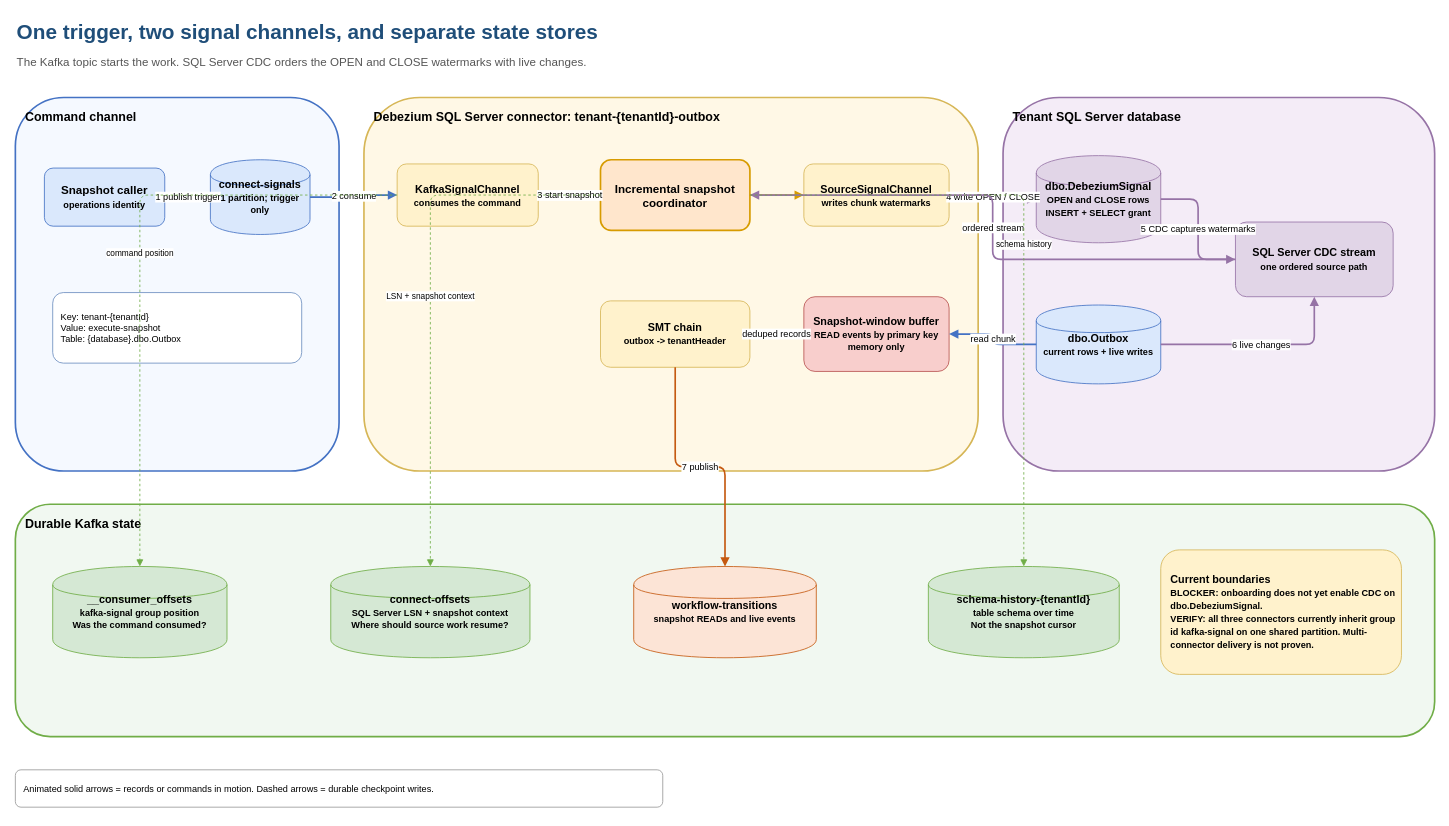
Above: docs/diagrams/incremental-snapshot-channels.drawio in collaborationwithothers/cdc-platform-azure (draw.io), before the change. Source tidied: cells renumbered, new cells numbered last; positions are measured from the earlier drawing's top-left corner, leaving out a move shared by most shapes. Both pictures are drawn from the tidied source at 83%, with x=0, y=0 at pixel (15, 14).
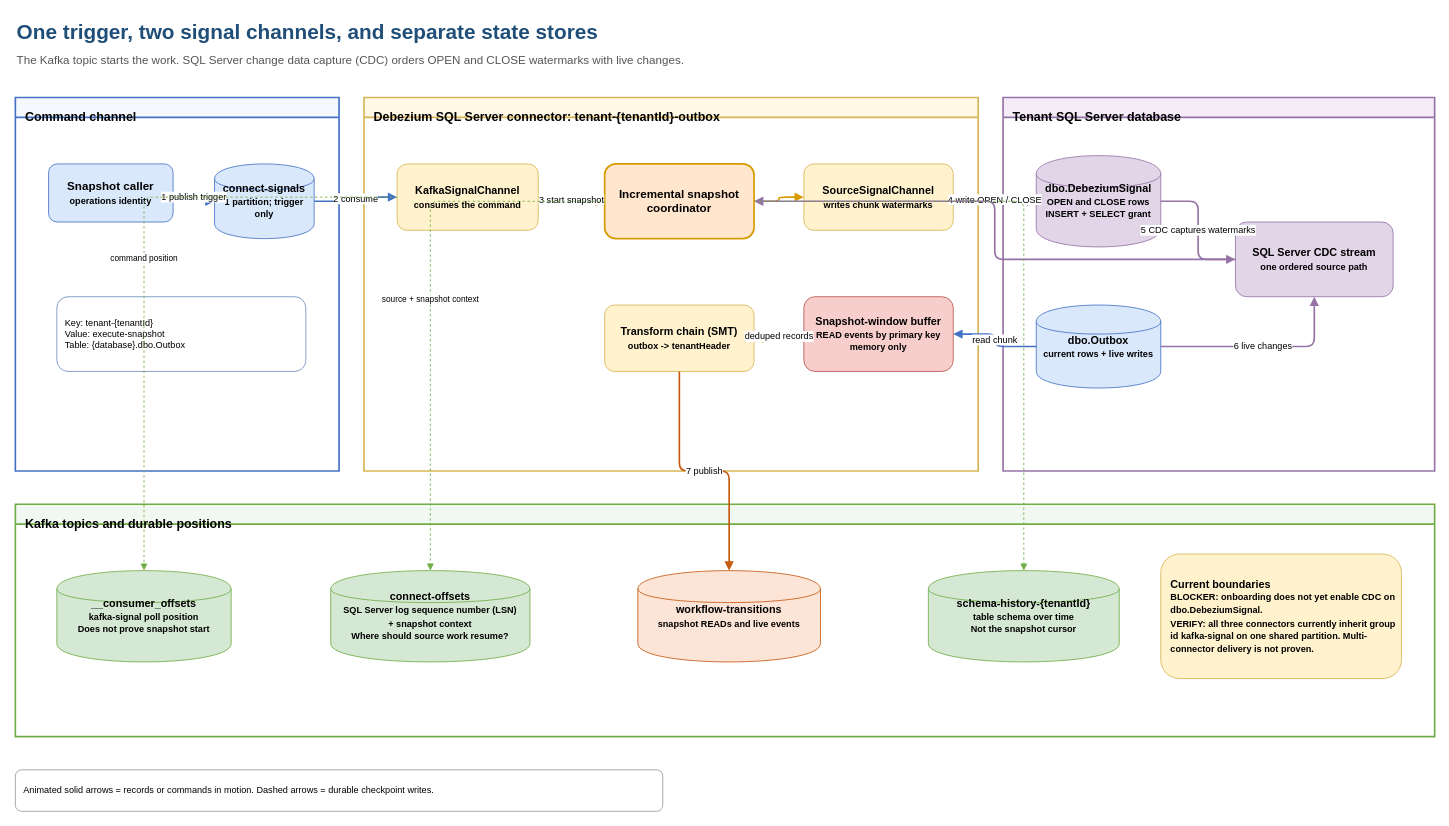
Above is the later version.

Commit message (it also covers changes not shown here):
docs(diagrams): fix snapshot diagram semantics (#68)

Diff of the diagram source:
```diff
@@
-    <mxCell id="3" value="The Kafka topic starts the work. SQL Server CDC orders the OPEN and CLOSE watermarks with live changes." style="text;html=1;align=left;verticalAlign=middle;fontSize=14;fontColor=#555555;" parent="1" vertex="1">
-      <mxGeometry y="42" width="1300" height="30" as="geometry" />
+    <mxCell id="3" value="The Kafka topic starts the work. SQL Server change data capture (CDC) orders OPEN and CLOSE watermarks with live changes." style="text;html=1;align=left;verticalAlign=middle;fontSize=14;fontColor=#555555;" parent="1" vertex="1">
+      <mxGeometry y="40" width="1300" height="30" as="geometry" />
     </mxCell>
-    <mxCell id="4" value="Command channel" style="rounded=1;whiteSpace=wrap;html=1;fillColor=#f5f9ff;strokeColor=#4472c4;strokeWidth=2;verticalAlign=top;align=left;spacingLeft=10;spacingTop=8;fontSize=15;fontStyle=1;" parent="1" vertex="1">
+    <mxCell id="4" value="Command channel" style="swimlane;startSize=24;whiteSpace=wrap;html=1;fillColor=#f5f9ff;strokeColor=#4472c4;strokeWidth=2;verticalAlign=top;align=left;spacingLeft=10;spacingTop=8;fontSize=15;fontStyle=1;" parent="1" vertex="1">
       <mxGeometry y="100" width="390" height="450" as="geometry" />
     </mxCell>
-    <mxCell id="5" value="Debezium SQL Server connector: tenant-{tenantId}-outbox" style="rounded=1;whiteSpace=wrap;html=1;fillColor=#fff8e6;strokeColor=#d6b656;strokeWidth=2;verticalAlign=top;align=left;spacingLeft=10;spacingTop=8;fontSize=15;fontStyle=1;" parent="1" vertex="1">
+    <mxCell id="5" value="Debezium SQL Server connector: tenant-{tenantId}-outbox" style="swimlane;startSize=24;whiteSpace=wrap;html=1;fillColor=#fff8e6;strokeColor=#d6b656;strokeWidth=2;verticalAlign=top;align=left;spacingLeft=10;spacingTop=8;fontSize=15;fontStyle=1;" parent="1" vertex="1">
       <mxGeometry x="420" y="100" width="740" height="450" as="geometry" />
     </mxCell>
-    <mxCell id="6" value="Tenant SQL Server database" style="rounded=1;whiteSpace=wrap;html=1;fillColor=#f4ecf7;strokeColor=#9673a6;strokeWidth=2;verticalAlign=top;align=left;spacingLeft=10;spacingTop=8;fontSize=15;fontStyle=1;" parent="1" vertex="1">
+    <mxCell id="6" value="Tenant SQL Server database" style="swimlane;startSize=24;whiteSpace=wrap;html=1;fillColor=#f4ecf7;strokeColor=#9673a6;strokeWidth=2;verticalAlign=top;align=left;spacingLeft=10;spacingTop=8;fontSize=15;fontStyle=1;" parent="1" vertex="1">
       <mxGeometry x="1190" y="100" width="520" height="450" as="geometry" />
     </mxCell>
-    <mxCell id="7" value="Snapshot caller&lt;br&gt;&lt;font style=&quot;font-size:11px&quot;&gt;operations identity&lt;/font&gt;" style="rounded=1;whiteSpace=wrap;html=1;fillColor=#dae8fc;strokeColor=#4472c4;fontSize=14;fontStyle=1;" parent="1" vertex="1">
-      <mxGeometry x="35" y="185" width="145" height="70" as="geometry" />
+    <mxCell id="7" value="Snapshot caller&lt;br&gt;&lt;font style=&quot;font-size:11px&quot;&gt;operations identity&lt;/font&gt;" style="rounded=1;whiteSpace=wrap;html=1;fillColor=#dae8fc;strokeColor=#4472c4;fontSize=14;fontStyle=1;" parent="4" vertex="1">
+      <mxGeometry x="40" y="80" width="150" height="70" as="geometry" />
     </mxCell>
-    <mxCell id="8" value="connect-signals&lt;br&gt;&lt;font style=&quot;font-size:11px&quot;&gt;1 partition; trigger only&lt;/font&gt;" style="shape=cylinder;whiteSpace=wrap;html=1;fillColor=#dae8fc;strokeColor=#4472c4;fontSize=13;fontStyle=1;" parent="1" vertex="1">
-      <mxGeometry x="235" y="175" width="120" height="90" as="geometry" />
+    <mxCell id="8" value="connect-signals&lt;br&gt;&lt;font style=&quot;font-size:11px&quot;&gt;1 partition; trigger only&lt;/font&gt;" style="shape=cylinder;whiteSpace=wrap;html=1;fillColor=#dae8fc;strokeColor=#4472c4;fontSize=13;fontStyle=1;" parent="4" vertex="1">
+      <mxGeometry x="240" y="80" width="120" height="90" as="geometry" />
     </mxCell>
-    <mxCell id="9" value="Key: tenant-{tenantId}&lt;br&gt;Value: execute-snapshot&lt;br&gt;Table: {database}.dbo.Outbox" style="rounded=1;whiteSpace=wrap;html=1;fillColor=#ffffff;strokeColor=#6c8ebf;fontSize=11;align=left;spacingLeft=8;" parent="1" vertex="1">
-      <mxGeometry x="45" y="335" width="300" height="85" as="geometry" />
+    <mxCell id="9" value="Key: tenant-{tenantId}&lt;br&gt;Value: execute-snapshot&lt;br&gt;Table: {database}.dbo.Outbox" style="rounded=1;whiteSpace=wrap;html=1;fillColor=#ffffff;strokeColor=#6c8ebf;fontSize=11;align=left;spacingLeft=8;" parent="4" vertex="1">
+      <mxGeometry x="50" y="240" width="300" height="90" as="geometry" />
     </mxCell>
-    <mxCell id="10" value="KafkaSignalChannel&lt;br&gt;&lt;font style=&quot;font-size:11px&quot;&gt;consumes the command&lt;/font&gt;" style="rounded=1;whiteSpace=wrap;html=1;fillColor=#fff2cc;strokeColor=#d6b656;fontSize=13;fontStyle=1;" parent="1" vertex="1">
-      <mxGeometry x="460" y="180" width="170" height="75" as="geometry" />
+    <mxCell id="10" value="KafkaSignalChannel&lt;br&gt;&lt;font style=&quot;font-size:11px&quot;&gt;consumes the command&lt;/font&gt;" style="rounded=1;whiteSpace=wrap;html=1;fillColor=#fff2cc;strokeColor=#d6b656;fontSize=13;fontStyle=1;" parent="5" vertex="1">
+      <mxGeometry x="40" y="80" width="170" height="80" as="geometry" />
     </mxCell>
-    <mxCell id="11" value="Incremental snapshot&lt;br&gt;coordinator" style="rounded=1;whiteSpace=wrap;html=1;fillColor=#ffe6cc;strokeColor=#d79b00;strokeWidth=2;fontSize=14;fontStyle=1;" parent="1" vertex="1">
-      <mxGeometry x="705" y="175" width="180" height="85" as="geometry" />
+    <mxCell id="11" value="Incremental snapshot&lt;br&gt;coordinator" style="rounded=1;whiteSpace=wrap;html=1;fillColor=#ffe6cc;strokeColor=#d79b00;strokeWidth=2;fontSize=14;fontStyle=1;" parent="5" vertex="1">
+      <mxGeometry x="290" y="80" width="180" height="90" as="geometry" />
     </mxCell>
-    <mxCell id="12" value="SourceSignalChannel&lt;br&gt;&lt;font style=&quot;font-size:11px&quot;&gt;writes chunk watermarks&lt;/font&gt;" style="rounded=1;whiteSpace=wrap;html=1;fillColor=#fff2cc;strokeColor=#d6b656;fontSize=13;fontStyle=1;" parent="1" vertex="1">
-      <mxGeometry x="950" y="180" width="175" height="75" as="geometry" />
+    <mxCell id="12" value="SourceSignalChannel&lt;br&gt;&lt;font style=&quot;font-size:11px&quot;&gt;writes chunk watermarks&lt;/font&gt;" style="rounded=1;whiteSpace=wrap;html=1;fillColor=#fff2cc;strokeColor=#d6b656;fontSize=13;fontStyle=1;" parent="5" vertex="1">
+      <mxGeometry x="530" y="80" width="180" height="80" as="geometry" />
     </mxCell>
-    <mxCell id="13" value="Snapshot-window buffer&lt;br&gt;&lt;font style=&quot;font-size:11px&quot;&gt;READ events by primary key&lt;br&gt;memory only&lt;/font&gt;" style="rounded=1;whiteSpace=wrap;html=1;fillColor=#f8cecc;strokeColor=#b85450;fontSize=13;fontStyle=1;" parent="1" vertex="1">
-      <mxGeometry x="950" y="340" width="175" height="90" as="geometry" />
+    <mxCell id="13" value="Snapshot-window buffer&lt;br&gt;&lt;font style=&quot;font-size:11px&quot;&gt;READ events by primary key&lt;br&gt;memory only&lt;/font&gt;" style="rounded=1;whiteSpace=wrap;html=1;fillColor=#f8cecc;strokeColor=#b85450;fontSize=13;fontStyle=1;" parent="5" vertex="1">
+      <mxGeometry x="530" y="240" width="180" height="90" as="geometry" />
     </mxCell>
-    <mxCell id="14" value="SMT chain&lt;br&gt;&lt;font style=&quot;font-size:11px&quot;&gt;outbox -&gt; tenantHeader&lt;/font&gt;" style="rounded=1;whiteSpace=wrap;html=1;fillColor=#fff2cc;strokeColor=#d6b656;fontSize=13;fontStyle=1;" parent="1" vertex="1">
-      <mxGeometry x="705" y="345" width="180" height="80" as="geometry" />
+    <mxCell id="14" value="Transform chain (SMT)&lt;br&gt;&lt;font style=&quot;font-size:11px&quot;&gt;outbox -&gt; tenantHeader&lt;/font&gt;" style="rounded=1;whiteSpace=wrap;html=1;fillColor=#fff2cc;strokeColor=#d6b656;fontSize=13;fontStyle=1;" parent="5" vertex="1">
+      <mxGeometry x="290" y="250" width="180" height="80" as="geometry" />
     </mxCell>
-    <mxCell id="15" value="dbo.DebeziumSignal&lt;br&gt;&lt;font style=&quot;font-size:11px&quot;&gt;OPEN and CLOSE rows&lt;br&gt;INSERT + SELECT grant&lt;/font&gt;" style="shape=cylinder;whiteSpace=wrap;html=1;fillColor=#e1d5e7;strokeColor=#9673a6;fontSize=13;fontStyle=1;" parent="1" vertex="1">
-      <mxGeometry x="1230" y="170" width="150" height="105" as="geometry" />
+    <mxCell id="15" value="dbo.DebeziumSignal&lt;br&gt;&lt;font style=&quot;font-size:11px&quot;&gt;OPEN and CLOSE rows&lt;br&gt;INSERT + SELECT grant&lt;/font&gt;" style="shape=cylinder;whiteSpace=wrap;html=1;fillColor=#e1d5e7;strokeColor=#9673a6;fontSize=13;fontStyle=1;" parent="6" vertex="1">
+      <mxGeometry x="40" y="70" width="150" height="110" as="geometry" />
     </mxCell>
-    <mxCell id="16" value="dbo.Outbox&lt;br&gt;&lt;font style=&quot;font-size:11px&quot;&gt;current rows + live writes&lt;/font&gt;" style="shape=cylinder;whiteSpace=wrap;html=1;fillColor=#dae8fc;strokeColor=#4472c4;fontSize=13;fontStyle=1;" parent="1" vertex="1">
-      <mxGeometry x="1230" y="350" width="150" height="95" as="geometry" />
+    <mxCell id="16" value="dbo.Outbox&lt;br&gt;&lt;font style=&quot;font-size:11px&quot;&gt;current rows + live writes&lt;/font&gt;" style="shape=cylinder;whiteSpace=wrap;html=1;fillColor=#dae8fc;strokeColor=#4472c4;fontSize=13;fontStyle=1;" parent="6" vertex="1">
+      <mxGeometry x="40" y="250" width="150" height="100" as="geometry" />
     </mxCell>
-    <mxCell id="17" value="SQL Server CDC stream&lt;br&gt;&lt;font style=&quot;font-size:11px&quot;&gt;one ordered source path&lt;/font&gt;" style="rounded=1;whiteSpace=wrap;html=1;fillColor=#e1d5e7;strokeColor=#9673a6;fontSize=13;fontStyle=1;" parent="1" vertex="1">
-      <mxGeometry x="1470" y="250" width="190" height="90" as="geometry" />
+    <mxCell id="17" value="SQL Server CDC stream&lt;br&gt;&lt;font style=&quot;font-size:11px&quot;&gt;one ordered source path&lt;/font&gt;" style="rounded=1;whiteSpace=wrap;html=1;fillColor=#e1d5e7;strokeColor=#9673a6;fontSize=13;fontStyle=1;" parent="6" vertex="1">
+      <mxGeometry x="280" y="150" width="190" height="90" as="geometry" />
     </mxCell>
-    <mxCell id="18" value="Durable Kafka state" style="rounded=1;whiteSpace=wrap;html=1;fillColor=#f1f8f1;strokeColor=#70ad47;strokeWidth=2;verticalAlign=top;align=left;spacingLeft=10;spacingTop=8;fontSize=15;fontStyle=1;" parent="1" vertex="1">
+    <mxCell id="18" value="Kafka topics and durable positions" style="swimlane;startSize=24;whiteSpace=wrap;html=1;fillColor=#f1f8f1;strokeColor=#70ad47;strokeWidth=2;verticalAlign=top;align=left;spacingLeft=10;spacingTop=8;fontSize=15;fontStyle=1;" parent="1" vertex="1">
       <mxGeometry y="590" width="1710" height="280" as="geometry" />
     </mxCell>
-    <mxCell id="19" value="__consumer_offsets&lt;br&gt;&lt;font style=&quot;font-size:11px&quot;&gt;kafka-signal group position&lt;br&gt;Was the command consumed?&lt;/font&gt;" style="shape=cylinder;whiteSpace=wrap;html=1;fillColor=#d5e8d4;strokeColor=#70ad47;fontSize=13;fontStyle=1;" parent="1" vertex="1">
-      <mxGeometry x="45" y="665" width="210" height="110" as="geometry" />
+    <mxCell id="19" value="__consumer_offsets&lt;br&gt;&lt;font style=&quot;font-size:11px&quot;&gt;kafka-signal poll position&lt;br&gt;Does not prove snapshot start&lt;/font&gt;" style="shape=cylinder;whiteSpace=wrap;html=1;fillColor=#d5e8d4;strokeColor=#70ad47;fontSize=13;fontStyle=1;" parent="18" vertex="1">
+      <mxGeometry x="50" y="80" width="210" height="110" as="geometry" />
     </mxCell>
-    <mxCell id="20" value="connect-offsets&lt;br&gt;&lt;font style=&quot;font-size:11px&quot;&gt;SQL Server LSN + snapshot context&lt;br&gt;Where should source work resume?&lt;/font&gt;" style="shape=cylinder;whiteSpace=wrap;html=1;fillColor=#d5e8d4;strokeColor=#70ad47;fontSize=13;fontStyle=1;" parent="1" vertex="1">
-      <mxGeometry x="380" y="665" width="240" height="110" as="geometry" />
+    <mxCell id="20" value="connect-offsets&lt;br&gt;&lt;font style=&quot;font-size:11px&quot;&gt;SQL Server log sequence number (LSN)&lt;br&gt;+ snapshot context&lt;br&gt;Where should source work resume?&lt;/font&gt;" style="shape=cylinder;whiteSpace=wrap;html=1;fillColor=#d5e8d4;strokeColor=#70ad47;fontSize=13;fontStyle=1;" parent="18" vertex="1">
+      <mxGeometry x="380" y="80" width="240" height="110" as="geometry" />
     </mxCell>
-    <mxCell id="21" value="schema-history-{tenantId}&lt;br&gt;&lt;font style=&quot;font-size:11px&quot;&gt;table schema over time&lt;br&gt;Not the snapshot cursor&lt;/font&gt;" style="shape=cylinder;whiteSpace=wrap;html=1;fillColor=#d5e8d4;strokeColor=#70ad47;fontSize=13;fontStyle=1;" parent="1" vertex="1">
-      <mxGeometry x="1100" y="665" width="230" height="110" as="geometry" />
+    <mxCell id="21" value="schema-history-{tenantId}&lt;br&gt;&lt;font style=&quot;font-size:11px&quot;&gt;table schema over time&lt;br&gt;Not the snapshot cursor&lt;/font&gt;" style="shape=cylinder;whiteSpace=wrap;html=1;fillColor=#d5e8d4;strokeColor=#70ad47;fontSize=13;fontStyle=1;" parent="18" vertex="1">
+      <mxGeometry x="1100" y="80" width="230" height="110" as="geometry" />
     </mxCell>
-    <mxCell id="22" value="workflow-transitions&lt;br&gt;&lt;font style=&quot;font-size:11px&quot;&gt;snapshot READs and live events&lt;/font&gt;" style="shape=cylinder;whiteSpace=wrap;html=1;fillColor=#fce4d6;strokeColor=#c55a11;fontSize=13;fontStyle=1;" parent="1" vertex="1">
-      <mxGeometry x="745" y="665" width="220" height="110" as="geometry" />
+    <mxCell id="22" value="workflow-transitions&lt;br&gt;&lt;font style=&quot;font-size:11px&quot;&gt;snapshot READs and live events&lt;/font&gt;" style="shape=cylinder;whiteSpace=wrap;html=1;fillColor=#fce4d6;strokeColor=#c55a11;fontSize=13;fontStyle=1;" parent="18" vertex="1">
+      <mxGeometry x="750" y="80" width="220" height="110" as="geometry" />
     </mxCell>
-    <mxCell id="23" value="Current boundaries&lt;br&gt;&lt;font style=&quot;font-size:11px&quot;&gt;BLOCKER: onboarding does not yet enable CDC on dbo.DebeziumSignal.&lt;br&gt;VERIFY: all three connectors currently inherit group id kafka-signal on one shared partition. Multi-connector delivery is not proven.&lt;/font&gt;" style="rounded=1;whiteSpace=wrap;html=1;fillColor=#fff2cc;strokeColor=#d6b656;fontSize=13;fontStyle=1;align=left;spacingLeft=10;" parent="1" vertex="1">
-      <mxGeometry x="1380" y="645" width="290" height="150" as="geometry" />
+    <mxCell id="23" value="Current boundaries&lt;br&gt;&lt;font style=&quot;font-size:11px&quot;&gt;BLOCKER: onboarding does not yet enable CDC on dbo.DebeziumSignal.&lt;br&gt;VERIFY: all three connectors currently inherit group id kafka-signal on one shared partition. Multi-connector delivery is not proven.&lt;/font&gt;" style="rounded=1;whiteSpace=wrap;html=1;fillColor=#fff2cc;strokeColor=#d6b656;fontSize=13;fontStyle=1;align=left;spacingLeft=10;" parent="18" vertex="1">
+      <mxGeometry x="1380" y="60" width="290" height="150" as="geometry" />
     </mxCell>
-    <mxCell id="24" value="1  publish trigger" style="edgeStyle=orthogonalEdgeStyle;rounded=1;html=1;strokeColor=#4472c4;strokeWidth=2;endArrow=block;flowAnimation=1;fontSize=11;" parent="1" edge="1" source="7" target="8">
+    <mxCell id="24" value="1  publish trigger" style="edgeStyle=orthogonalEdgeStyle;rounded=1;jettySize=auto;html=1;strokeColor=#4472c4;strokeWidth=2;endArrow=block;flowAnimation=1;fontSize=11;" parent="1" edge="1" source="7" target="8">
       <mxGeometry relative="1" as="geometry" />
     </mxCell>
-    <mxCell id="25" value="2  consume" style="edgeStyle=orthogonalEdgeStyle;rounded=1;html=1;strokeColor=#4472c4;strokeWidth=2;endArrow=block;flowAnimation=1;fontSize=11;" parent="1" edge="1" source="8" target="10">
+    <mxCell id="25" value="2  consume" style="edgeStyle=orthogonalEdgeStyle;rounded=1;jettySize=auto;html=1;strokeColor=#4472c4;strokeWidth=2;endArrow=block;flowAnimation=1;fontSize=11;" parent="1" edge="1" source="8" target="10">
       <mxGeometry relative="1" as="geometry" />
     </mxCell>
-    <mxCell id="26" value="3  start snapshot" style="edgeStyle=orthogonalEdgeStyle;rounded=1;html=1;strokeColor=#d79b00;strokeWidth=2;endArrow=block;flowAnimation=1;fontSize=11;" parent="1" edge="1" source="10" target="11">
+    <mxCell id="26" value="3  start snapshot" style="edgeStyle=orthogonalEdgeStyle;rounded=1;jettySize=auto;html=1;strokeColor=#d79b00;strokeWidth=2;endArrow=block;flowAnimation=1;fontSize=11;" parent="1" edge="1" source="10" target="11">
       <mxGeometry relative="1" as="geometry" />
     </mxCell>
-    <mxCell id="27" value="4  write OPEN / CLOSE" style="edgeStyle=orthogonalEdgeStyle;rounded=1;html=1;strokeColor=#9673a6;strokeWidth=2;endArrow=block;flowAnimation=1;fontSize=11;" parent="1" edge="1" source="12" target="15">
+    <mxCell id="27" value="4  write OPEN / CLOSE" style="edgeStyle=orthogonalEdgeStyle;rounded=1;jettySize=auto;html=1;strokeColor=#9673a6;strokeWidth=2;endArrow=block;flowAnimation=1;fontSize=11;" parent="1" edge="1" source="12" target="15">
       <mxGeometry relative="1" as="geometry" />
     </mxCell>
-    <mxCell id="28" style="edgeStyle=orthogonalEdgeStyle;rounded=1;html=1;strokeColor=#d79b00;strokeWidth=2;endArrow=block;flowAnimation=1;" parent="1" edge="1" source="11" target="12">
+    <mxCell id="28" style="edgeStyle=orthogonalEdgeStyle;rounded=1;jettySize=auto;html=1;strokeColor=#d79b00;strokeWidth=2;endArrow=block;" parent="1" edge="1" source="11" target="12">
       <mxGeometry relative="1" as="geometry" />
     </mxCell>
-    <mxCell id="29" value="5  CDC captures watermarks" style="edgeStyle=orthogonalEdgeStyle;rounded=1;html=1;strokeColor=#9673a6;strokeWidth=2;endArrow=block;flowAnimation=1;fontSize=11;" parent="1" edge="1" source="15" target="17">
+    <mxCell id="29" value="5  CDC captures watermarks" style="edgeStyle=orthogonalEdgeStyle;rounded=1;jettySize=auto;html=1;strokeColor=#9673a6;strokeWidth=2;endArrow=block;flowAnimation=1;fontSize=11;" parent="1" edge="1" source="15" target="17">
       <mxGeometry relative="1" as="geometry" />
     </mxCell>
-    <mxCell id="30" value="6  live changes" style="edgeStyle=orthogonalEdgeStyle;rounded=1;html=1;strokeColor=#9673a6;strokeWidth=2;endArrow=block;flowAnimation=1;fontSize=11;" parent="1" edge="1" source="16" target="17">
+    <mxCell id="30" value="6  live changes" style="edgeStyle=orthogonalEdgeStyle;rounded=1;jettySize=auto;html=1;strokeColor=#9673a6;strokeWidth=2;endArrow=block;flowAnimation=1;fontSize=11;" parent="1" edge="1" source="16" target="17">
       <mxGeometry relative="1" as="geometry" />
     </mxCell>
-    <mxCell id="31" value="ordered stream" style="edgeStyle=orthogonalEdgeStyle;rounded=1;html=1;strokeColor=#9673a6;strokeWidth=2;endArrow=block;flowAnimation=1;fontSize=11;" parent="1" edge="1" source="17" target="11">
+    <mxCell id="31" style="edgeStyle=orthogonalEdgeStyle;rounded=1;jettySize=auto;html=1;strokeColor=#9673a6;strokeWidth=2;endArrow=block;flowAnimation=1;fontSize=11;" parent="1" edge="1" source="17" target="11">
       <mxGeometry relative="1" as="geometry" />
     </mxCell>
-    <mxCell id="32" value="read chunk" style="edgeStyle=orthogonalEdgeStyle;rounded=1;html=1;strokeColor=#4472c4;strokeWidth=2;endArrow=block;flowAnimation=1;fontSize=11;" parent="1" edge="1" source="16" target="13">
+    <mxCell id="32" value="read chunk" style="edgeStyle=orthogonalEdgeStyle;rounded=1;jettySize=auto;html=1;strokeColor=#4472c4;strokeWidth=2;endArrow=block;fontSize=11;" parent="1" edge="1" source="16" target="13">
       <mxGeometry relative="1" as="geometry" />
     </mxCell>
-    <mxCell id="33" value="deduped records" style="edgeStyle=orthogonalEdgeStyle;rounded=1;html=1;strokeColor=#d79b00;strokeWidth=2;endArrow=block;flowAnimation=1;fontSize=11;" parent="1" edge="1" source="13" target="14">
+    <mxCell id="33" value="deduped records" style="edgeStyle=orthogonalEdgeStyle;rounded=1;jettySize=auto;html=1;strokeColor=#d79b00;strokeWidth=2;endArrow=block;fontSize=11;" parent="1" edge="1" source="13" target="14">
       <mxGeometry relative="1" as="geometry" />
     </mxCell>
-    <mxCell id="34" value="7  publish" style="edgeStyle=orthogonalEdgeStyle;rounded=1;html=1;strokeColor=#c55a11;strokeWidth=2;endArrow=block;flowAnimation=1;fontSize=11;exitX=0.5;exitY=1;entryX=0.5;entryY=0;" parent="1" edge="1" source="14" target="22">
+    <mxCell id="34" value="7  publish" style="edgeStyle=orthogonalEdgeStyle;rounded=1;jettySize=auto;html=1;strokeColor=#c55a11;strokeWidth=2;endArrow=block;flowAnimation=1;fontSize=11;" parent="1" edge="1" source="14" target="22">
       <mxGeometry relative="1" as="geometry" />
     </mxCell>
-    <mxCell id="35" value="command position" style="edgeStyle=orthogonalEdgeStyle;rounded=1;html=1;dashed=1;strokeColor=#70ad47;endArrow=block;fontSize=10;" parent="1" edge="1" source="10" target="19">
+    <mxCell id="35" value="command position" style="edgeStyle=orthogonalEdgeStyle;rounded=1;jettySize=auto;html=1;dashed=1;strokeColor=#70ad47;endArrow=block;fontSize=10;" parent="1" edge="1" source="10" target="19">
       <mxGeometry relative="1" as="geometry" />
     </mxCell>
-    <mxCell id="36" value="LSN + snapshot context" style="edgeStyle=orthogonalEdgeStyle;rounded=1;html=1;dashed=1;strokeColor=#70ad47;endArrow=block;fontSize=10;" parent="1" edge="1" source="11" target="20">
+    <mxCell id="36" value="source + snapshot context" style="edgeStyle=orthogonalEdgeStyle;rounded=1;jettySize=auto;html=1;dashed=1;strokeColor=#70ad47;endArrow=block;fontSize=10;" parent="1" edge="1" source="11" target="20">
       <mxGeometry relative="1" as="geometry" />
     </mxCell>
-    <mxCell id="37" value="schema history" style="edgeStyle=orthogonalEdgeStyle;rounded=1;html=1;dashed=1;strokeColor=#70ad47;endArrow=block;fontSize=10;" parent="1" edge="1" source="11" target="21">
+    <mxCell id="37" style="edgeStyle=orthogonalEdgeStyle;rounded=1;jettySize=auto;html=1;dashed=1;strokeColor=#70ad47;endArrow=block;fontSize=10;" parent="1" edge="1" source="11" target="21">
       <mxGeometry relative="1" as="geometry" />
     </mxCell>
     <mxCell id="38" value="Animated solid arrows = records or commands in motion. Dashed arrows = durable checkpoint writes." style="rounded=1;whiteSpace=wrap;html=1;fillColor=#ffffff;strokeColor=#999999;fontSize=11;align=left;spacingLeft=8;" parent="1" vertex="1">
-      <mxGeometry y="910" width="780" height="45" as="geometry" />
+      <mxGeometry y="910" width="780" height="50" as="geometry" />
     </mxCell>
```
